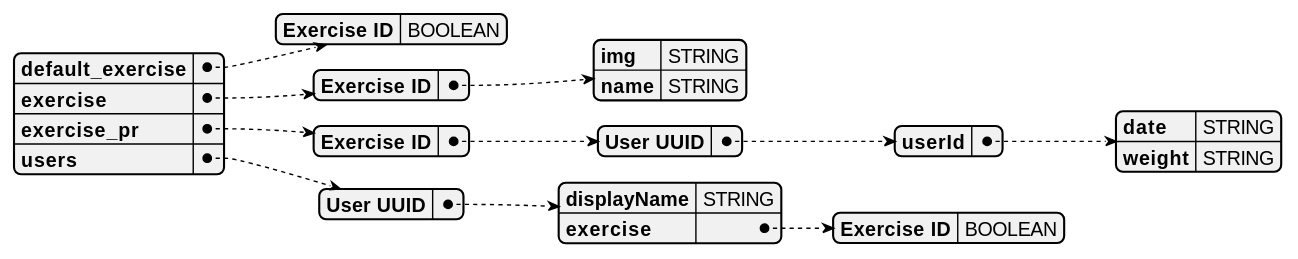
Earlier version of the PlantUML export images/DBmodel.svg (Kempie1/SE_21-Mobile-Development).
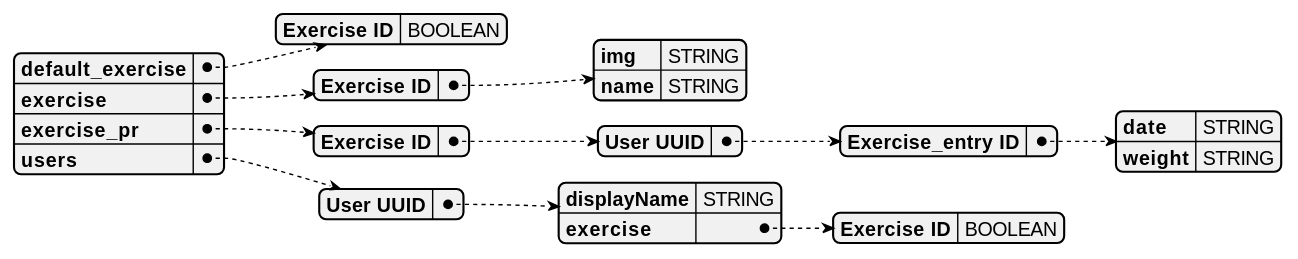
The same diagram one commit later.

What changed in the source:
```diff
@@ -12,7 +12,7 @@
   "exercise_pr": {
     "Exercise ID": {
       "User UUID": {
-        "userId": {
+        "Exercise_entry ID": {
           "date": "STRING",
           "weight": "STRING"
         }
```
